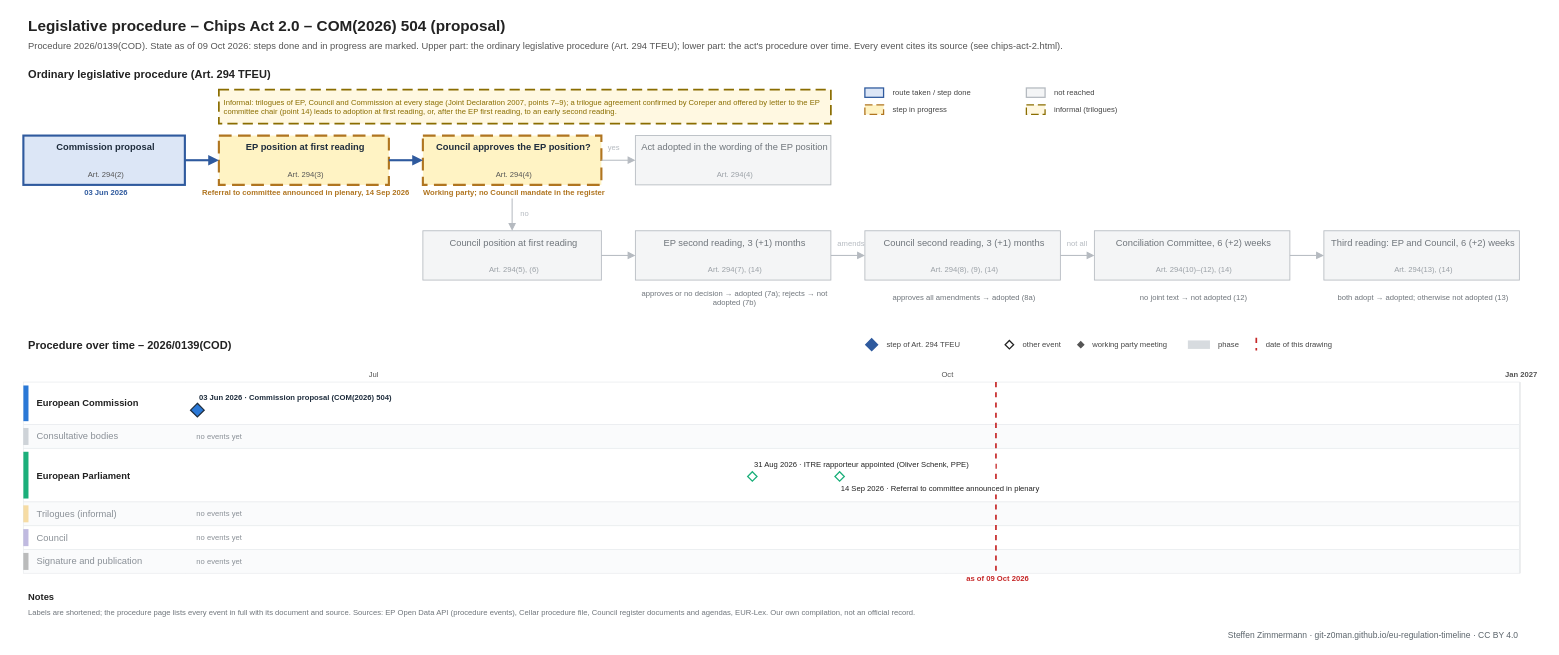
The draw.io diagram procedures/chips-act-2.drawio in git-z0man/eu-regulation-timeline, before the edit. Source tidied: cells renumbered, new cells numbered last; positions are measured from the earlier drawing's top-left corner, leaving out a move shared by most shapes. Both pictures are drawn from the tidied source at 85%, with x=0, y=0 at pixel (14, 14).
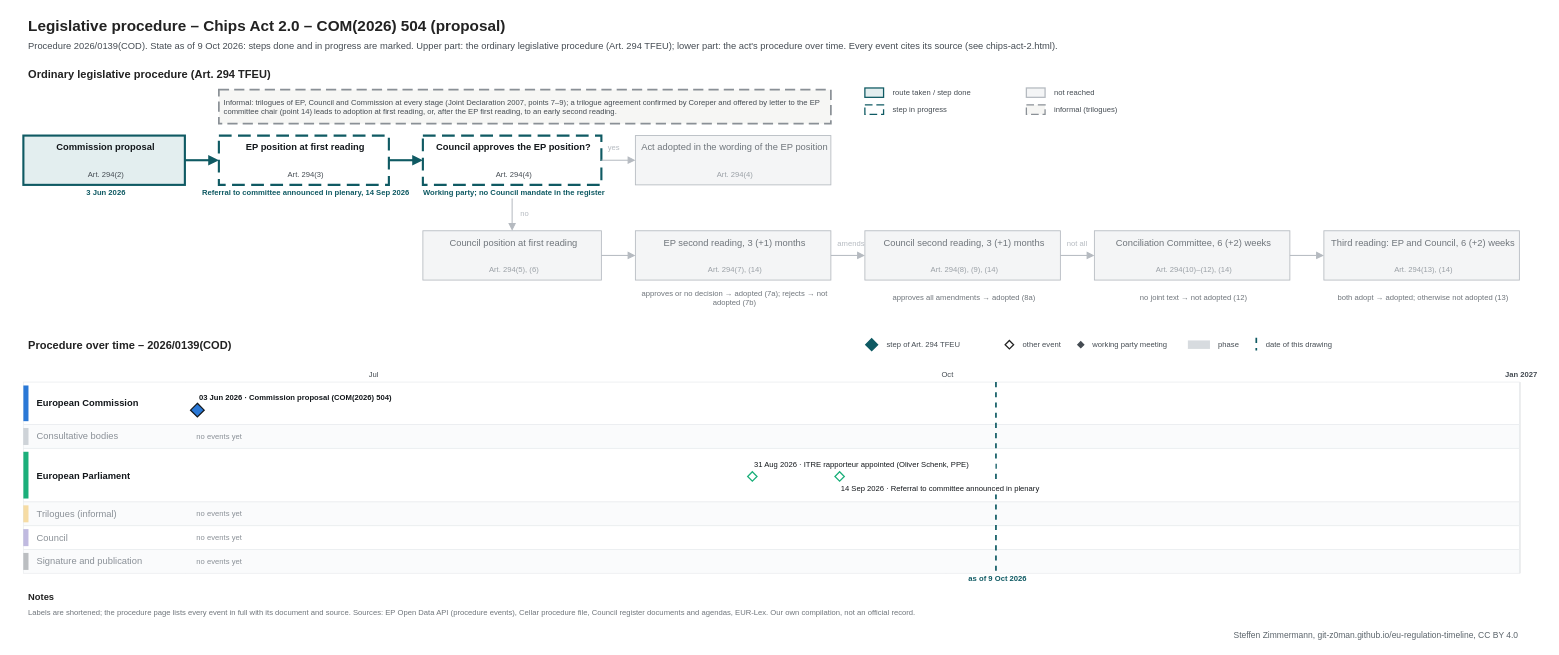
After the change.

Change to the diagram source:
```diff
@@
-    <mxCell id="3" value="Procedure 2026/0139(COD). State as of 09 Oct 2026: steps done and in progress are marked. Upper part: the ordinary legislative procedure (Art. 294 TFEU); lower part: the act's procedure over time. Every event cites its source (see chips-act-2.html)." style="text;html=1;fontSize=11;fontColor=#555555;align=left;verticalAlign=middle;spacingLeft=4;" parent="1" vertex="1">
+    <mxCell id="3" value="Procedure 2026/0139(COD). State as of 9 Oct 2026: steps done and in progress are marked. Upper part: the ordinary legislative procedure (Art. 294 TFEU); lower part: the act's procedure over time. Every event cites its source (see chips-act-2.html)." style="text;html=1;fontSize=11;fontColor=#454c53;align=left;verticalAlign=middle;spacingLeft=4;" parent="1" vertex="1">
       <mxGeometry x="10" y="28" width="1700" height="18" as="geometry" />
     </mxCell>
@@
-    <mxCell id="5" style="rounded=0;arcSize=50;fillColor=#dce6f6;strokeColor=#2f5a9e;strokeWidth=1.5;" parent="1" vertex="1">
+    <mxCell id="5" style="rounded=0;arcSize=50;fillColor=#e3eeef;strokeColor=#0f5a63;strokeWidth=1.5;" parent="1" vertex="1">
       <mxGeometry x="1000" y="86" width="22" height="11" as="geometry" />
     </mxCell>
-    <mxCell id="6" value="route taken / step done" style="text;html=1;fontSize=9;fontColor=#444444;align=left;verticalAlign=middle;spacingLeft=4;" parent="1" vertex="1">
+    <mxCell id="6" value="route taken / step done" style="text;html=1;fontSize=9;fontColor=#454c53;align=left;verticalAlign=middle;spacingLeft=4;" parent="1" vertex="1">
       <mxGeometry x="1027" y="84" width="150" height="15" as="geometry" />
     </mxCell>
-    <mxCell id="7" style="rounded=0;arcSize=50;fillColor=#fff3c4;strokeColor=#b07520;dashed=1;dashPattern=6 3;strokeWidth=2;strokeWidth=1.5;" parent="1" vertex="1">
+    <mxCell id="7" style="rounded=0;arcSize=50;fillColor=#ffffff;strokeColor=#0f5a63;dashed=1;dashPattern=6 3;strokeWidth=2;strokeWidth=1.5;" parent="1" vertex="1">
       <mxGeometry x="1000" y="106" width="22" height="11" as="geometry" />
     </mxCell>
-    <mxCell id="8" value="step in progress" style="text;html=1;fontSize=9;fontColor=#444444;align=left;verticalAlign=middle;spacingLeft=4;" parent="1" vertex="1">
+    <mxCell id="8" value="step in progress" style="text;html=1;fontSize=9;fontColor=#454c53;align=left;verticalAlign=middle;spacingLeft=4;" parent="1" vertex="1">
       <mxGeometry x="1027" y="104" width="150" height="15" as="geometry" />
     </mxCell>
@@
-    <mxCell id="10" value="not reached" style="text;html=1;fontSize=9;fontColor=#444444;align=left;verticalAlign=middle;spacingLeft=4;" parent="1" vertex="1">
+    <mxCell id="10" value="not reached" style="text;html=1;fontSize=9;fontColor=#454c53;align=left;verticalAlign=middle;spacingLeft=4;" parent="1" vertex="1">
       <mxGeometry x="1217" y="84" width="150" height="15" as="geometry" />
     </mxCell>
-    <mxCell id="11" style="rounded=0;arcSize=50;fillColor=#fff8e1;strokeColor=#8a6d00;dashed=1;dashPattern=6 3;strokeWidth=2;strokeWidth=1.5;" parent="1" vertex="1">
+    <mxCell id="11" style="rounded=0;arcSize=50;fillColor=#f6f6f4;strokeColor=#8a9096;dashed=1;dashPattern=6 3;strokeWidth=2;strokeWidth=1.5;" parent="1" vertex="1">
       <mxGeometry x="1190" y="106" width="22" height="11" as="geometry" />
     </mxCell>
-    <mxCell id="12" value="informal (trilogues)" style="text;html=1;fontSize=9;fontColor=#444444;align=left;verticalAlign=middle;spacingLeft=4;" parent="1" vertex="1">
+    <mxCell id="12" value="informal (trilogues)" style="text;html=1;fontSize=9;fontColor=#454c53;align=left;verticalAlign=middle;spacingLeft=4;" parent="1" vertex="1">
       <mxGeometry x="1217" y="104" width="150" height="15" as="geometry" />
     </mxCell>
-    <mxCell id="13" style="rounded=0;arcSize=50;fillColor=#dce6f6;strokeColor=#2f5a9e;strokeWidth=2.5;" parent="1" vertex="1">
+    <mxCell id="13" style="rounded=0;arcSize=50;fillColor=#e3eeef;strokeColor=#0f5a63;strokeWidth=2.5;" parent="1" vertex="1">
       <mxGeometry x="10" y="142" width="190" height="58" as="geometry" />
     </mxCell>
-    <mxCell id="14" value="Commission proposal" style="text;html=1;fontSize=11;fontColor=#1f2d3d;align=center;verticalAlign=middle;spacingLeft=4;fontStyle=1;whiteSpace=wrap;" parent="1" vertex="1">
+    <mxCell id="14" value="Commission proposal" style="text;html=1;fontSize=11;fontColor=#14181c;align=center;verticalAlign=middle;spacingLeft=4;fontStyle=1;whiteSpace=wrap;" parent="1" vertex="1">
       <mxGeometry x="10" y="146" width="190" height="20" as="geometry" />
     </mxCell>
-    <mxCell id="15" value="Art. 294(2)" style="text;html=1;fontSize=9;fontColor=#555555;align=center;verticalAlign=middle;spacingLeft=4;" parent="1" vertex="1">
+    <mxCell id="15" value="Art. 294(2)" style="text;html=1;fontSize=9;fontColor=#454c53;align=center;verticalAlign=middle;spacingLeft=4;" parent="1" vertex="1">
       <mxGeometry x="10" y="180" width="190" height="16" as="geometry" />
     </mxCell>
-    <mxCell id="16" value="03 Jun 2026" style="text;html=1;fontSize=9;fontColor=#2f5a9e;align=center;verticalAlign=middle;spacingLeft=4;fontStyle=1;" parent="1" vertex="1">
+    <mxCell id="16" value="3 Jun 2026" style="text;html=1;fontSize=9;fontColor=#0f5a63;align=center;verticalAlign=middle;spacingLeft=4;fontStyle=1;" parent="1" vertex="1">
       <mxGeometry y="202" width="210" height="14" as="geometry" />
     </mxCell>
-    <mxCell id="17" style="rounded=0;arcSize=50;fillColor=#fff3c4;strokeColor=#b07520;dashed=1;dashPattern=6 3;strokeWidth=2;strokeWidth=2.5;" parent="1" vertex="1">
+    <mxCell id="17" style="rounded=0;arcSize=50;fillColor=#ffffff;strokeColor=#0f5a63;dashed=1;dashPattern=6 3;strokeWidth=2;strokeWidth=2.5;" parent="1" vertex="1">
       <mxGeometry x="240" y="142" width="200" height="58" as="geometry" />
     </mxCell>
-    <mxCell id="18" value="EP position at first reading" style="text;html=1;fontSize=11;fontColor=#1f2d3d;align=center;verticalAlign=middle;spacingLeft=4;fontStyle=1;whiteSpace=wrap;" parent="1" vertex="1">
+    <mxCell id="18" value="EP position at first reading" style="text;html=1;fontSize=11;fontColor=#14181c;align=center;verticalAlign=middle;spacingLeft=4;fontStyle=1;whiteSpace=wrap;" parent="1" vertex="1">
       <mxGeometry x="240" y="146" width="200" height="20" as="geometry" />
     </mxCell>
-    <mxCell id="19" value="Art. 294(3)" style="text;html=1;fontSize=9;fontColor=#555555;align=center;verticalAlign=middle;spacingLeft=4;" parent="1" vertex="1">
+    <mxCell id="19" value="Art. 294(3)" style="text;html=1;fontSize=9;fontColor=#454c53;align=center;verticalAlign=middle;spacingLeft=4;" parent="1" vertex="1">
       <mxGeometry x="240" y="180" width="200" height="16" as="geometry" />
     </mxCell>
-    <mxCell id="20" value="Referral to committee announced in plenary, 14 Sep 2026" style="text;html=1;fontSize=9;fontColor=#b07520;align=center;verticalAlign=middle;spacingLeft=4;fontStyle=1;" parent="1" vertex="1">
+    <mxCell id="20" value="Referral to committee announced in plenary, 14 Sep 2026" style="text;html=1;fontSize=9;fontColor=#0f5a63;align=center;verticalAlign=middle;spacingLeft=4;fontStyle=1;" parent="1" vertex="1">
       <mxGeometry x="230" y="202" width="220" height="14" as="geometry" />
     </mxCell>
-    <mxCell id="21" style="rounded=0;arcSize=50;fillColor=#fff3c4;strokeColor=#b07520;dashed=1;dashPattern=6 3;strokeWidth=2;strokeWidth=2.5;" parent="1" vertex="1">
+    <mxCell id="21" style="rounded=0;arcSize=50;fillColor=#ffffff;strokeColor=#0f5a63;dashed=1;dashPattern=6 3;strokeWidth=2;strokeWidth=2.5;" parent="1" vertex="1">
       <mxGeometry x="480" y="142" width="210" height="58" as="geometry" />
     </mxCell>
-    <mxCell id="22" value="Council approves the EP position?" style="text;html=1;fontSize=11;fontColor=#1f2d3d;align=center;verticalAlign=middle;spacingLeft=4;fontStyle=1;whiteSpace=wrap;" parent="1" vertex="1">
+    <mxCell id="22" value="Council approves the EP position?" style="text;html=1;fontSize=11;fontColor=#14181c;align=center;verticalAlign=middle;spacingLeft=4;fontStyle=1;whiteSpace=wrap;" parent="1" vertex="1">
       <mxGeometry x="480" y="146" width="210" height="20" as="geometry" />
     </mxCell>
-    <mxCell id="23" value="Art. 294(4)" style="text;html=1;fontSize=9;fontColor=#555555;align=center;verticalAlign=middle;spacingLeft=4;" parent="1" vertex="1">
+    <mxCell id="23" value="Art. 294(4)" style="text;html=1;fontSize=9;fontColor=#454c53;align=center;verticalAlign=middle;spacingLeft=4;" parent="1" vertex="1">
       <mxGeometry x="480" y="180" width="210" height="16" as="geometry" />
     </mxCell>
-    <mxCell id="24" value="Working party; no Council mandate in the register" style="text;html=1;fontSize=9;fontColor=#b07520;align=center;verticalAlign=middle;spacingLeft=4;fontStyle=1;" parent="1" vertex="1">
+    <mxCell id="24" value="Working party; no Council mandate in the register" style="text;html=1;fontSize=9;fontColor=#0f5a63;align=center;verticalAlign=middle;spacingLeft=4;fontStyle=1;" parent="1" vertex="1">
       <mxGeometry x="470" y="202" width="230" height="14" as="geometry" />
     </mxCell>
@@
-    <mxCell id="47" style="endArrow=block;endFill=1;html=1;rounded=0;strokeColor=#2f5a9e;strokeWidth=2.5;" parent="1" edge="1">
+    <mxCell id="47" style="endArrow=block;endFill=1;html=1;rounded=0;strokeColor=#0f5a63;strokeWidth=2.5;" parent="1" edge="1">
       <mxGeometry relative="1" as="geometry">
         <mxPoint x="200" y="171" as="sourcePoint" />
         <mxPoint x="240" y="171" as="targetPoint" />
       </mxGeometry>
     </mxCell>
-    <mxCell id="48" style="endArrow=block;endFill=1;html=1;rounded=0;strokeColor=#2f5a9e;strokeWidth=2.5;" parent="1" edge="1">
+    <mxCell id="48" style="endArrow=block;endFill=1;html=1;rounded=0;strokeColor=#0f5a63;strokeWidth=2.5;" parent="1" edge="1">
       <mxGeometry relative="1" as="geometry">
         <mxPoint x="440" y="171" as="sourcePoint" />
         <mxPoint x="480" y="171" as="targetPoint" />
       </mxGeometry>
     </mxCell>
@@
-    <mxCell id="59" style="rounded=0;arcSize=50;fillColor=#fff8e1;strokeColor=#8a6d00;dashed=1;dashPattern=6 3;strokeWidth=2;" parent="1" vertex="1">
+    <mxCell id="59" style="rounded=0;arcSize=50;fillColor=#f6f6f4;strokeColor=#8a9096;dashed=1;dashPattern=6 3;strokeWidth=2;" parent="1" vertex="1">
       <mxGeometry x="240" y="88" width="720" height="40" as="geometry" />
     </mxCell>
-    <mxCell id="60" value="Informal: trilogues of EP, Council and Commission at every stage (Joint Declaration 2007, points 7–9); a trilogue agreement confirmed by Coreper and offered by letter to the EP committee chair (point 14) leads to adoption at first reading, or, after the EP first reading, to an early second reading." style="text;html=1;fontSize=9;fontColor=#8a6d00;align=left;verticalAlign=middle;spacingLeft=4;whiteSpace=wrap;" parent="1" vertex="1">
+    <mxCell id="60" value="Informal: trilogues of EP, Council and Commission at every stage (Joint Declaration 2007, points 7–9); a trilogue agreement confirmed by Coreper and offered by letter to the EP committee chair (point 14) leads to adoption at first reading, or, after the EP first reading, to an early second reading." style="text;html=1;fontSize=9;fontColor=#454c53;align=left;verticalAlign=middle;spacingLeft=4;whiteSpace=wrap;" parent="1" vertex="1">
       <mxGeometry x="240" y="88" width="720" height="40" as="geometry" />
     </mxCell>
@@
-    <mxCell id="62" style="rhombus;fillColor=#2f5a9e;strokeColor=#2f5a9e;strokeWidth=1.5;" parent="1" vertex="1">
+    <mxCell id="62" style="rhombus;fillColor=#0f5a63;strokeColor=#0f5a63;strokeWidth=1.5;" parent="1" vertex="1">
       <mxGeometry x="1001" y="381" width="14" height="14" as="geometry" />
     </mxCell>
-    <mxCell id="63" value="step of Art. 294 TFEU" style="text;html=1;fontSize=9;fontColor=#444444;align=left;verticalAlign=middle;spacingLeft=4;" parent="1" vertex="1">
+    <mxCell id="63" value="step of Art. 294 TFEU" style="text;html=1;fontSize=9;fontColor=#454c53;align=left;verticalAlign=middle;spacingLeft=4;" parent="1" vertex="1">
       <mxGeometry x="1020" y="380" width="210" height="15" as="geometry" />
     </mxCell>
@@
-    <mxCell id="65" value="other event" style="text;html=1;fontSize=9;fontColor=#444444;align=left;verticalAlign=middle;spacingLeft=4;" parent="1" vertex="1">
+    <mxCell id="65" value="other event" style="text;html=1;fontSize=9;fontColor=#454c53;align=left;verticalAlign=middle;spacingLeft=4;" parent="1" vertex="1">
       <mxGeometry x="1180" y="380" width="120" height="15" as="geometry" />
     </mxCell>
-    <mxCell id="66" style="rhombus;fillColor=#555555;strokeColor=#555555;strokeWidth=1.5;" parent="1" vertex="1">
+    <mxCell id="66" style="rhombus;fillColor=#454c53;strokeColor=#454c53;strokeWidth=1.5;" parent="1" vertex="1">
       <mxGeometry x="1250.5" y="384.5" width="7" height="7" as="geometry" />
     </mxCell>
-    <mxCell id="67" value="working party meeting" style="text;html=1;fontSize=9;fontColor=#444444;align=left;verticalAlign=middle;spacingLeft=4;" parent="1" vertex="1">
+    <mxCell id="67" value="working party meeting" style="text;html=1;fontSize=9;fontColor=#454c53;align=left;verticalAlign=middle;spacingLeft=4;" parent="1" vertex="1">
       <mxGeometry x="1262" y="380" width="160" height="15" as="geometry" />
     </mxCell>
@@
-    <mxCell id="69" value="phase" style="text;html=1;fontSize=9;fontColor=#444444;align=left;verticalAlign=middle;spacingLeft=4;" parent="1" vertex="1">
+    <mxCell id="69" value="phase" style="text;html=1;fontSize=9;fontColor=#454c53;align=left;verticalAlign=middle;spacingLeft=4;" parent="1" vertex="1">
       <mxGeometry x="1410" y="380" width="160" height="15" as="geometry" />
     </mxCell>
-    <mxCell id="70" style="line;html=1;strokeWidth=2;strokeColor=#c62828;direction=south;dashed=1;" parent="1" vertex="1">
+    <mxCell id="70" style="line;html=1;strokeWidth=2;strokeColor=#0f5a63;direction=south;dashed=1;" parent="1" vertex="1">
       <mxGeometry x="1460" y="380" width="1" height="15" as="geometry" />
     </mxCell>
-    <mxCell id="71" value="date of this drawing" style="text;html=1;fontSize=9;fontColor=#444444;align=left;verticalAlign=middle;spacingLeft=4;" parent="1" vertex="1">
+    <mxCell id="71" value="date of this drawing" style="text;html=1;fontSize=9;fontColor=#454c53;align=left;verticalAlign=middle;spacingLeft=4;" parent="1" vertex="1">
       <mxGeometry x="1466" y="380" width="160" height="15" as="geometry" />
     </mxCell>
@@
-    <mxCell id="74" value="Jul" style="text;html=1;fontSize=9;fontColor=#555555;align=center;verticalAlign=middle;spacingLeft=4;" parent="1" vertex="1">
+    <mxCell id="74" value="Jul" style="text;html=1;fontSize=9;fontColor=#454c53;align=center;verticalAlign=middle;spacingLeft=4;" parent="1" vertex="1">
       <mxGeometry x="390.1" y="418" width="60" height="12" as="geometry" />
     </mxCell>
@@
-    <mxCell id="78" value="Oct" style="text;html=1;fontSize=9;fontColor=#555555;align=center;verticalAlign=middle;spacingLeft=4;" parent="1" vertex="1">
+    <mxCell id="78" value="Oct" style="text;html=1;fontSize=9;fontColor=#454c53;align=center;verticalAlign=middle;spacingLeft=4;" parent="1" vertex="1">
       <mxGeometry x="1065" y="418" width="60" height="12" as="geometry" />
     </mxCell>
@@
-    <mxCell id="82" value="Jan 2027" style="text;html=1;fontSize=9;fontColor=#555555;align=center;verticalAlign=middle;spacingLeft=4;fontStyle=1;" parent="1" vertex="1">
+    <mxCell id="82" value="Jan 2027" style="text;html=1;fontSize=9;fontColor=#454c53;align=center;verticalAlign=middle;spacingLeft=4;fontStyle=1;" parent="1" vertex="1">
       <mxGeometry x="1740" y="418" width="60" height="12" as="geometry" />
     </mxCell>
@@
-    <mxCell id="85" value="European Commission" style="text;html=1;fontSize=11;fontColor=#222222;align=left;verticalAlign=middle;spacingLeft=4;fontStyle=1;whiteSpace=wrap;" parent="1" vertex="1">
+    <mxCell id="85" value="European Commission" style="text;html=1;fontSize=11;fontColor=#14181c;align=left;verticalAlign=middle;spacingLeft=4;fontStyle=1;whiteSpace=wrap;" parent="1" vertex="1">
       <mxGeometry x="20" y="432" width="174" height="50" as="geometry" />
     </mxCell>
@@
-    <mxCell id="92" value="European Parliament" style="text;html=1;fontSize=11;fontColor=#222222;align=left;verticalAlign=middle;spacingLeft=4;fontStyle=1;whiteSpace=wrap;" parent="1" vertex="1">
+    <mxCell id="92" value="European Parliament" style="text;html=1;fontSize=11;fontColor=#14181c;align=left;verticalAlign=middle;spacingLeft=4;fontStyle=1;whiteSpace=wrap;" parent="1" vertex="1">
       <mxGeometry x="20" y="510" width="174" height="63" as="geometry" />
     </mxCell>
@@
-    <mxCell id="102" style="rounded=0;arcSize=50;fillColor=#444444;strokeColor=none;opacity=35;" parent="1" vertex="1">
+    <mxCell id="102" style="rounded=0;arcSize=50;fillColor=#454c53;strokeColor=none;opacity=35;" parent="1" vertex="1">
       <mxGeometry x="10" y="633" width="6" height="20" as="geometry" />
     </mxCell>
@@
-    <mxCell id="105" style="line;html=1;strokeWidth=2;strokeColor=#c62828;direction=south;dashed=1;" parent="1" vertex="1">
+    <mxCell id="105" style="line;html=1;strokeWidth=2;strokeColor=#0f5a63;direction=south;dashed=1;" parent="1" vertex="1">
       <mxGeometry x="1153.7" y="432" width="1" height="225" as="geometry" />
     </mxCell>
-    <mxCell id="106" value="as of 09 Oct 2026" style="text;html=1;fontSize=9;fontColor=#c62828;align=center;verticalAlign=middle;spacingLeft=4;fontStyle=1;" parent="1" vertex="1">
+    <mxCell id="106" value="as of 9 Oct 2026" style="text;html=1;fontSize=9;fontColor=#0f5a63;align=center;verticalAlign=middle;spacingLeft=4;fontStyle=1;" parent="1" vertex="1">
       <mxGeometry x="1093.7" y="658" width="120" height="12" as="geometry" />
     </mxCell>
-    <mxCell id="107" value="03 Jun 2026 · Commission proposal (COM(2026) 504)" style="text;html=1;fontSize=9;fontColor=#1f2d3d;align=left;verticalAlign=middle;spacingLeft=4;fontStyle=1;fillColor=#ffffff;" parent="1" vertex="1">
+    <mxCell id="107" value="03 Jun 2026 · Commission proposal (COM(2026) 504)" style="text;html=1;fontSize=9;fontColor=#14181c;align=left;verticalAlign=middle;spacingLeft=4;fontStyle=1;fillColor=#ffffff;" parent="1" vertex="1">
       <mxGeometry x="210.7" y="445" width="253" height="12" as="geometry" />
     </mxCell>
-    <mxCell id="108" style="rhombus;fillColor=#2a78d6;strokeColor=#1f2d3d;strokeWidth=1.5;" parent="1" vertex="1">
+    <mxCell id="108" style="rhombus;fillColor=#2a78d6;strokeColor=#14181c;strokeWidth=1.5;" parent="1" vertex="1">
       <mxGeometry x="206.7" y="457" width="16" height="16" as="geometry" />
     </mxCell>
-    <mxCell id="109" value="31 Aug 2026 · ITRE rapporteur appointed (Oliver Schenk, PPE)" style="text;html=1;fontSize=9;fontColor=#222222;align=left;verticalAlign=middle;spacingLeft=4;fillColor=#ffffff;" parent="1" vertex="1">
+    <mxCell id="109" value="31 Aug 2026 · ITRE rapporteur appointed (Oliver Schenk, PPE)" style="text;html=1;fontSize=9;fontColor=#14181c;align=left;verticalAlign=middle;spacingLeft=4;fillColor=#ffffff;" parent="1" vertex="1">
       <mxGeometry x="863.6" y="523" width="290" height="12" as="geometry" />
     </mxCell>
-    <mxCell id="110" value="14 Sep 2026 · Referral to committee announced in plenary" style="text;html=1;fontSize=9;fontColor=#222222;align=left;verticalAlign=middle;spacingLeft=4;fillColor=#ffffff;" parent="1" vertex="1">
+    <mxCell id="110" value="14 Sep 2026 · Referral to committee announced in plenary" style="text;html=1;fontSize=9;fontColor=#14181c;align=left;verticalAlign=middle;spacingLeft=4;fillColor=#ffffff;" parent="1" vertex="1">
       <mxGeometry x="966.3" y="552" width="271.2" height="12" as="geometry" />
     </mxCell>
@@
-    <mxCell id="115" value="Steffen Zimmermann · git-z0man.github.io/eu-regulation-timeline · CC BY 4.0" style="text;html=1;fontSize=10;fontColor=#5b646b;align=right;verticalAlign=middle;spacingLeft=4;" parent="1" vertex="1">
+    <mxCell id="115" value="Steffen Zimmermann, git-z0man.github.io/eu-regulation-timeline, CC BY 4.0" style="text;html=1;fontSize=10;fontColor=#5b646b;align=right;verticalAlign=middle;spacingLeft=4;" parent="1" vertex="1">
       <mxGeometry x="10" y="721" width="1760" height="16" as="geometry" />
     </mxCell>
```
